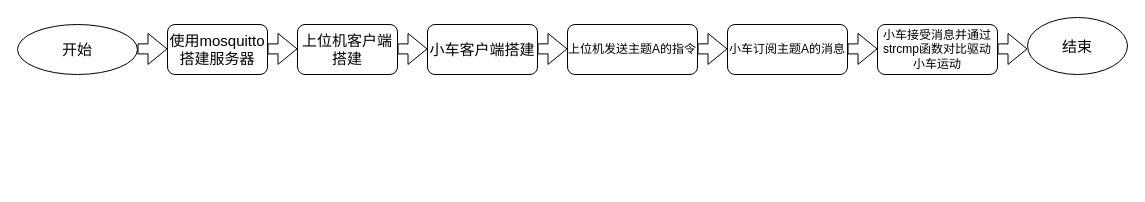
The draw.io diagram 未命名绘图.drawio in Wangjiawei0307/Java-concurrency, before the edit. Source tidied: cells renumbered, new cells numbered last; positions are measured from the earlier drawing's top-left corner, leaving out a move shared by most shapes. Both pictures are drawn from the tidied source at 100%, with x=0, y=0 at pixel (17, 17).
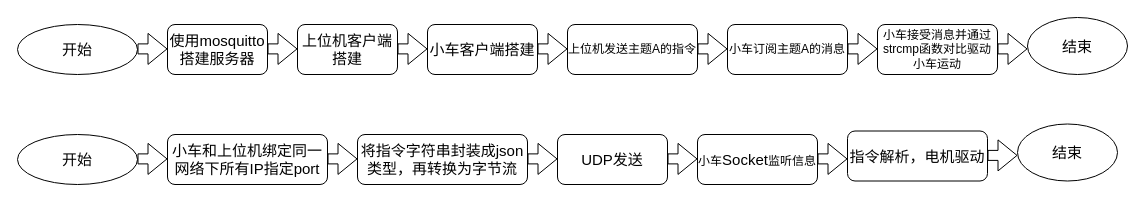
Above is the later version.

Diff of the diagram source:
```diff
@@
+    <mxCell id="18" value="&lt;font style=&quot;font-size: 15px;&quot;&gt;开始&lt;/font&gt;" style="ellipse;whiteSpace=wrap;html=1;" parent="1" vertex="1">
+      <mxGeometry y="117" width="120" height="50" as="geometry" />
+    </mxCell>
+    <mxCell id="19" value="&lt;font style=&quot;font-size: 15px;&quot;&gt;小车和上位机绑定同一网络下所有IP指定port&lt;/font&gt;" style="rounded=1;whiteSpace=wrap;html=1;" parent="1" vertex="1">
+      <mxGeometry x="150" y="117" width="160" height="50" as="geometry" />
+    </mxCell>
+    <mxCell id="20" value="&lt;font style=&quot;font-size: 15px;&quot;&gt;将指令字符串封装成json类型，再转换为字节流&lt;/font&gt;" style="rounded=1;whiteSpace=wrap;html=1;" parent="1" vertex="1">
+      <mxGeometry x="340" y="117" width="170" height="50" as="geometry" />
+    </mxCell>
+    <mxCell id="21" value="&lt;font style=&quot;font-size: 15px;&quot;&gt;UDP发送&lt;/font&gt;" style="rounded=1;whiteSpace=wrap;html=1;" parent="1" vertex="1">
+      <mxGeometry x="540" y="117" width="110" height="50" as="geometry" />
+    </mxCell>
+    <mxCell id="22" value="小车&lt;font style=&quot;font-size: 15px;&quot;&gt;Socket&lt;/font&gt;监听信息" style="rounded=1;whiteSpace=wrap;html=1;" parent="1" vertex="1">
+      <mxGeometry x="680" y="117" width="120" height="50" as="geometry" />
+    </mxCell>
+    <mxCell id="23" value="&lt;font style=&quot;font-size: 15px;&quot;&gt;指令解析，电机驱动&lt;/font&gt;" style="rounded=1;whiteSpace=wrap;html=1;" parent="1" vertex="1">
+      <mxGeometry x="830" y="113.5" width="140" height="50" as="geometry" />
+    </mxCell>
+    <mxCell id="24" value="&lt;font style=&quot;font-size: 15px;&quot;&gt;结束&lt;/font&gt;" style="ellipse;whiteSpace=wrap;html=1;" parent="1" vertex="1">
+      <mxGeometry x="1000" y="106.5" width="100" height="57" as="geometry" />
+    </mxCell>
+    <mxCell id="25" style="shape=flexArrow;endArrow=classic;html=1;rounded=0;" parent="1" edge="1">
+      <mxGeometry relative="1" as="geometry">
+        <mxPoint x="120" y="141.4" as="sourcePoint" />
+        <mxPoint x="150" y="141.4" as="targetPoint" />
+      </mxGeometry>
+    </mxCell>
+    <mxCell id="26" style="shape=flexArrow;endArrow=classic;html=1;rounded=0;" parent="1" edge="1">
+      <mxGeometry relative="1" as="geometry">
+        <mxPoint x="310" y="141.4" as="sourcePoint" />
+        <mxPoint x="340" y="141.4" as="targetPoint" />
+      </mxGeometry>
+    </mxCell>
+    <mxCell id="27" style="shape=flexArrow;endArrow=classic;html=1;rounded=0;" parent="1" edge="1">
+      <mxGeometry relative="1" as="geometry">
+        <mxPoint x="510" y="141.4" as="sourcePoint" />
+        <mxPoint x="540" y="141.4" as="targetPoint" />
+      </mxGeometry>
+    </mxCell>
+    <mxCell id="28" style="shape=flexArrow;endArrow=classic;html=1;rounded=0;" parent="1" edge="1">
+      <mxGeometry relative="1" as="geometry">
+        <mxPoint x="650" y="141.4" as="sourcePoint" />
+        <mxPoint x="680" y="141.4" as="targetPoint" />
+      </mxGeometry>
+    </mxCell>
+    <mxCell id="29" style="shape=flexArrow;endArrow=classic;html=1;rounded=0;" parent="1" edge="1">
+      <mxGeometry relative="1" as="geometry">
+        <mxPoint x="800" y="141.4" as="sourcePoint" />
+        <mxPoint x="830" y="141.4" as="targetPoint" />
+      </mxGeometry>
+    </mxCell>
+    <mxCell id="30" style="shape=flexArrow;endArrow=classic;html=1;rounded=0;" parent="1" edge="1">
+      <mxGeometry relative="1" as="geometry">
+        <mxPoint x="970" y="137.9" as="sourcePoint" />
+        <mxPoint x="1000" y="137.9" as="targetPoint" />
+      </mxGeometry>
+    </mxCell>
```
